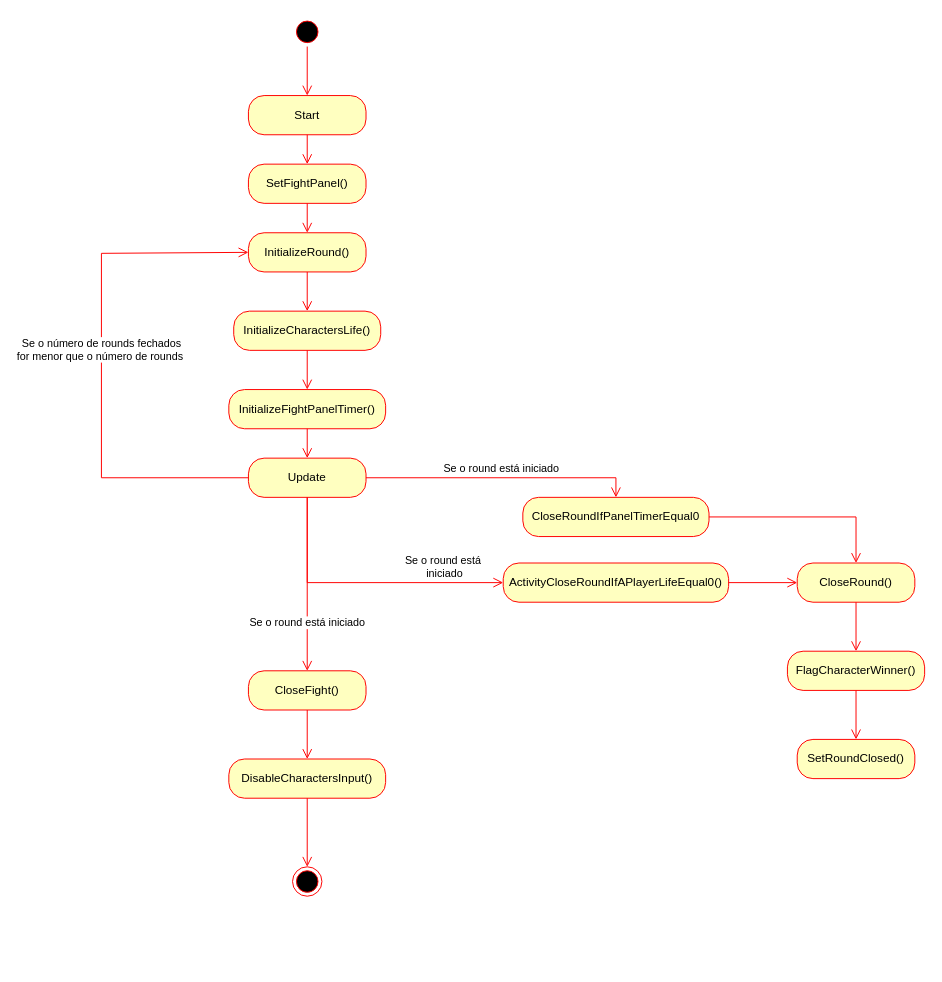
Above: page "[Atividade]Round" (2 of 2) of fight.drawio in tiagodasilvateixeira/fight (draw.io), before the change. Source tidied: cells renumbered, new cells numbered last; positions are measured from the earlier drawing's top-left corner, leaving out a move shared by most shapes. Both pictures are drawn from the tidied source at 98%, with x=0, y=0 at pixel (101, 17).
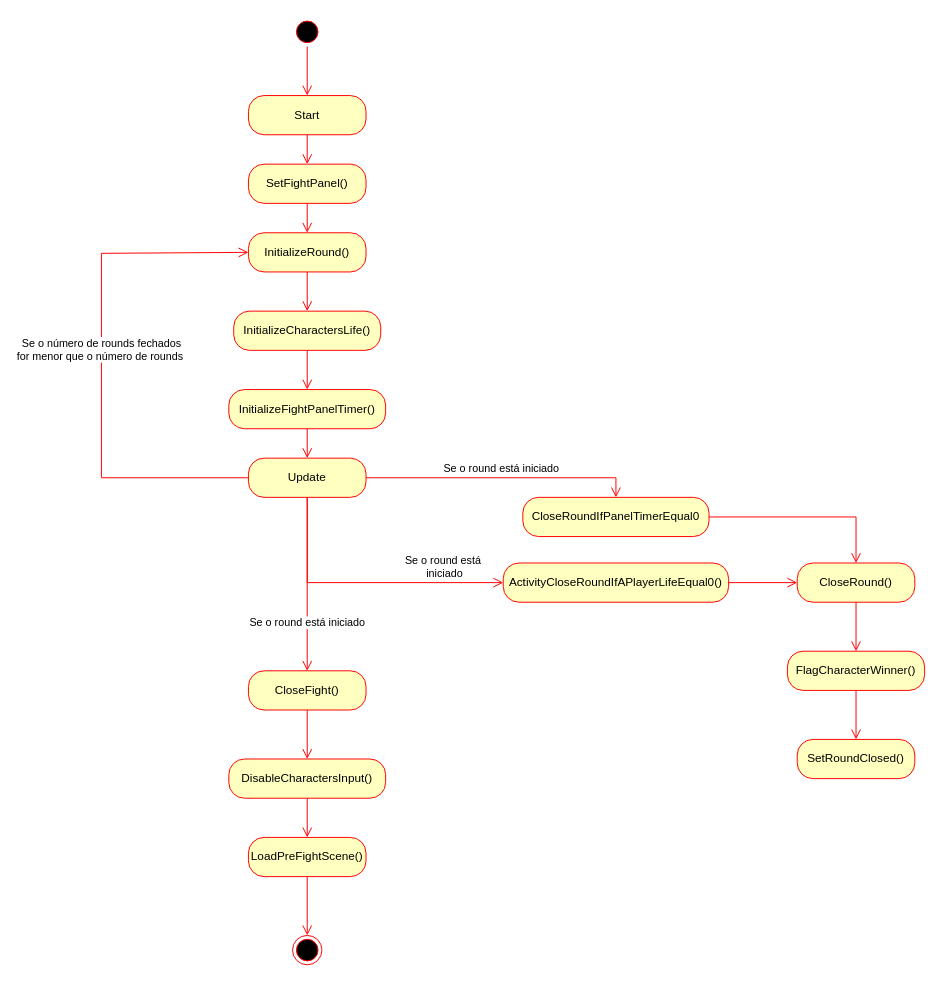
The same page after the edit.

The change refers to these unchanged cells:
```xml
<mxCell id="25" value="DisableCharactersInput()" style="rounded=1;whiteSpace=wrap;html=1;arcSize=40;fontColor=#000000;fillColor=#ffffc0;strokeColor=#ff0000;" parent="1" vertex="1">
  <mxGeometry x="130" y="757" width="160" height="40" as="geometry" />
</mxCell>
```

The edit, as a diff of the source:
```diff
@@
-    <mxCell id="26" style="edgeStyle=orthogonalEdgeStyle;html=1;verticalAlign=bottom;endArrow=open;endSize=8;strokeColor=#ff0000;rounded=0;entryX=0.5;entryY=0;entryDx=0;entryDy=0;" parent="1" edge="1" source="25" target="32">
+    <mxCell id="26" style="edgeStyle=orthogonalEdgeStyle;html=1;verticalAlign=bottom;endArrow=open;endSize=8;strokeColor=#ff0000;rounded=0;entryX=0.5;entryY=0;entryDx=0;entryDy=0;" parent="1" edge="1" source="25" target="33">
       <mxGeometry relative="1" as="geometry" />
     </mxCell>
@@
     <mxCell id="32" style="ellipse;html=1;shape=endState;fillColor=#000000;strokeColor=#ff0000;" parent="1" vertex="1">
-      <mxGeometry x="195" y="867" width="30" height="30" as="geometry" />
+      <mxGeometry x="195" y="937" width="30" height="30" as="geometry" />
     </mxCell>
+    <mxCell id="33" value="LoadPreFightScene()" style="rounded=1;whiteSpace=wrap;html=1;arcSize=40;fontColor=#000000;fillColor=#ffffc0;strokeColor=#ff0000;" parent="1" vertex="1">
+      <mxGeometry x="150" y="837" width="120" height="40" as="geometry" />
+    </mxCell>
+    <mxCell id="34" style="edgeStyle=orthogonalEdgeStyle;html=1;verticalAlign=bottom;endArrow=open;endSize=8;strokeColor=#ff0000;rounded=0;" parent="1" edge="1" source="33" target="32">
+      <mxGeometry relative="1" as="geometry" />
+    </mxCell>
```
